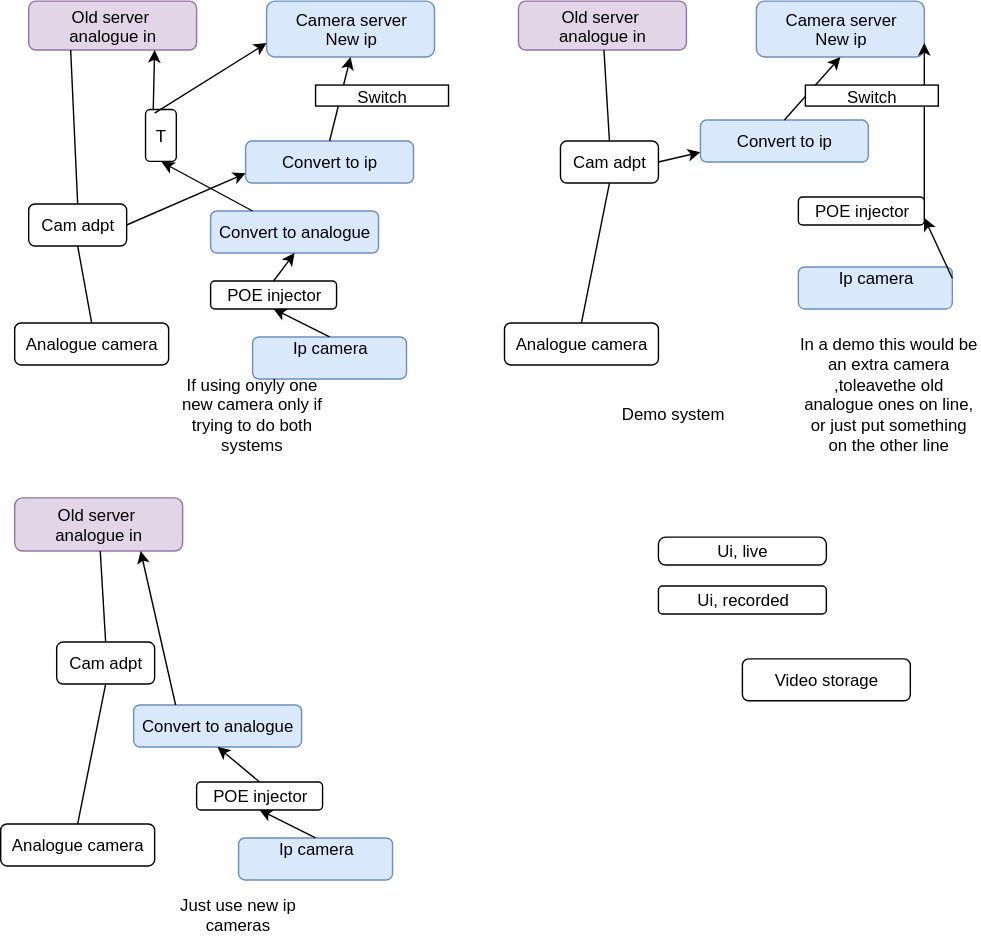
This is IdeaForCameraSystem.svg from RobinBoswellUK/DrawIO, a draw.io export, as it was before one commit. Source tidied: cells renumbered, new cells last; positions are measured from the earlier drawing's top-left corner, leaving out a move shared by most shapes.
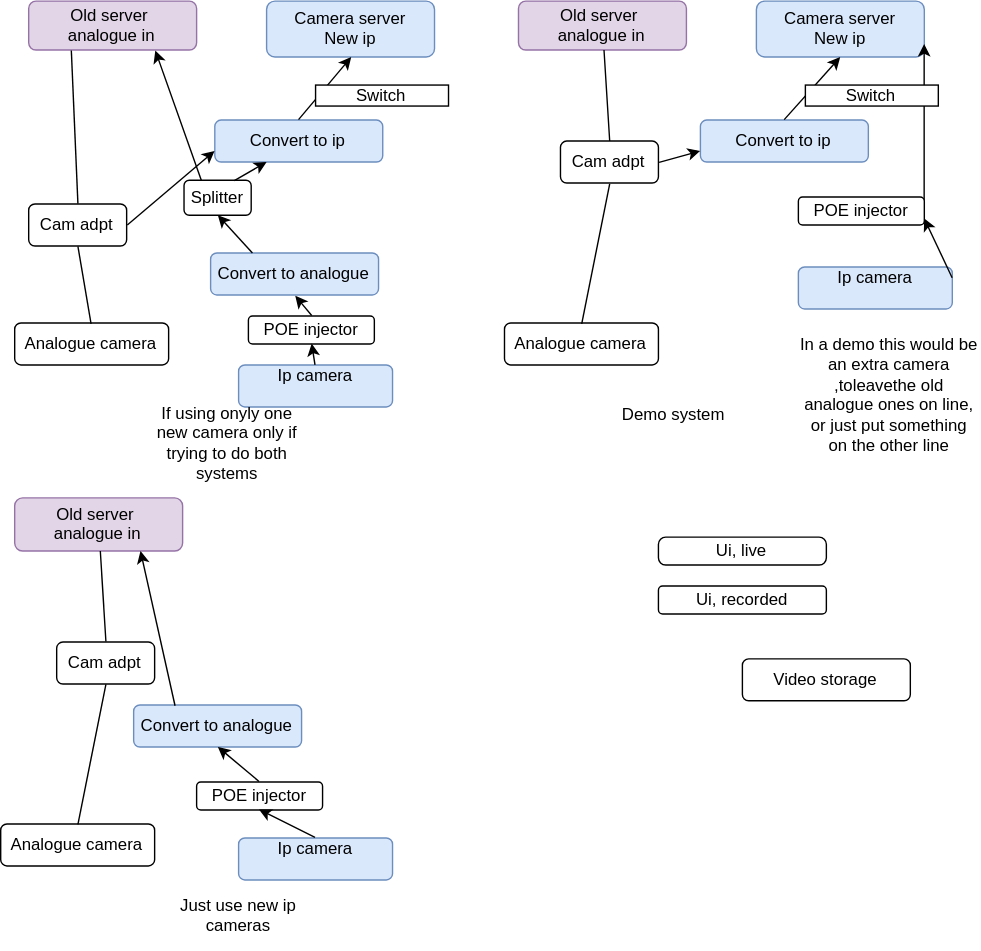
Above is the later version.

What changed in the source:
```diff
@@ -6,7 +6,7 @@
       <mxGeometry x="190" width="120" height="40" as="geometry" />
     </mxCell>
     <mxCell id="3" value="Ip camera&lt;div&gt;&lt;br&gt;&lt;/div&gt;" style="rounded=1;whiteSpace=wrap;html=1;fillColor=#dae8fc;strokeColor=#6c8ebf;" parent="1" vertex="1">
-      <mxGeometry x="180" y="240" width="110" height="30" as="geometry" />
+      <mxGeometry x="170" y="260" width="110" height="30" as="geometry" />
     </mxCell>
     <mxCell id="4" value="Video storage" style="rounded=1;whiteSpace=wrap;html=1;" parent="1" vertex="1">
       <mxGeometry x="530" y="470" width="120" height="30" as="geometry" />
@@ -18,10 +18,10 @@
       <mxGeometry x="20" width="120" height="35" as="geometry" />
     </mxCell>
     <mxCell id="7" value="Convert to analogue" style="rounded=1;whiteSpace=wrap;html=1;fillColor=#dae8fc;strokeColor=#6c8ebf;" parent="1" vertex="1">
-      <mxGeometry x="150" y="150" width="120" height="30" as="geometry" />
+      <mxGeometry x="150" y="180" width="120" height="30" as="geometry" />
     </mxCell>
     <mxCell id="8" value="Convert to ip" style="rounded=1;whiteSpace=wrap;html=1;fillColor=#dae8fc;strokeColor=#6c8ebf;" parent="1" vertex="1">
-      <mxGeometry x="175" y="100" width="120" height="30" as="geometry" />
+      <mxGeometry x="153" y="85" width="120" height="30" as="geometry" />
     </mxCell>
     <mxCell id="9" value="Ui, live" style="rounded=1;whiteSpace=wrap;html=1;arcSize=26;" parent="1" vertex="1">
       <mxGeometry x="470" y="383" width="120" height="20" as="geometry" />
@@ -51,10 +51,10 @@
       <mxGeometry relative="1" as="geometry" />
     </mxCell>
     <mxCell id="18" value="If using onyly one new camera only if trying to do both systems" style="text;html=1;strokeColor=none;fillColor=none;align=center;verticalAlign=middle;whiteSpace=wrap;" parent="1" vertex="1">
-      <mxGeometry x="120" y="270" width="120" height="50" as="geometry" />
+      <mxGeometry x="102" y="290" width="120" height="50" as="geometry" />
     </mxCell>
     <mxCell id="19" value="POE injector" style="rounded=1;whiteSpace=wrap;html=1;" parent="1" vertex="1">
-      <mxGeometry x="150" y="200" width="90" height="20" as="geometry" />
+      <mxGeometry x="177" y="225" width="90" height="20" as="geometry" />
     </mxCell>
     <mxCell id="20" style="endArrow=classic;html=1;entryX=0.5;entryY=1;exitX=0.5;exitY=0;" parent="1" edge="1" source="3" target="19">
       <mxGeometry relative="1" as="geometry" />
@@ -146,12 +146,12 @@
     <mxCell id="49" style="endArrow=classic;html=1;entryX=0.5;entryY=1;exitX=0.5;exitY=0;" parent="1" edge="1" source="38" target="48">
       <mxGeometry relative="1" as="geometry" />
     </mxCell>
-    <mxCell id="50" value="T" style="rounded=1;whiteSpace=wrap;html=1;fillColor=none;gradientColor=none;direction=south;" parent="1" vertex="1">
-      <mxGeometry x="103.5" y="77.5" width="22" height="37" as="geometry" />
+    <mxCell id="50" value="Splitter" style="rounded=1;whiteSpace=wrap;html=1;fillColor=none;gradientColor=none;direction=south;" parent="1" vertex="1">
+      <mxGeometry x="131" y="128" width="48" height="25" as="geometry" />
     </mxCell>
-    <mxCell id="51" style="endArrow=classic;html=1;entryX=0;entryY=0.75;" parent="1" edge="1" target="2">
+    <mxCell id="51" style="endArrow=classic;html=1;exitX=0;exitY=0.25;" parent="1" edge="1" source="50">
       <mxGeometry relative="1" as="geometry">
-        <mxPoint x="110" y="80" as="sourcePoint" />
+        <mxPoint x="190" y="115" as="targetPoint" />
       </mxGeometry>
     </mxCell>
     <mxCell id="52" style="endArrow=classic;html=1;entryX=0.75;entryY=1;exitX=0;exitY=0.75;" parent="1" edge="1" source="50" target="6">
```
